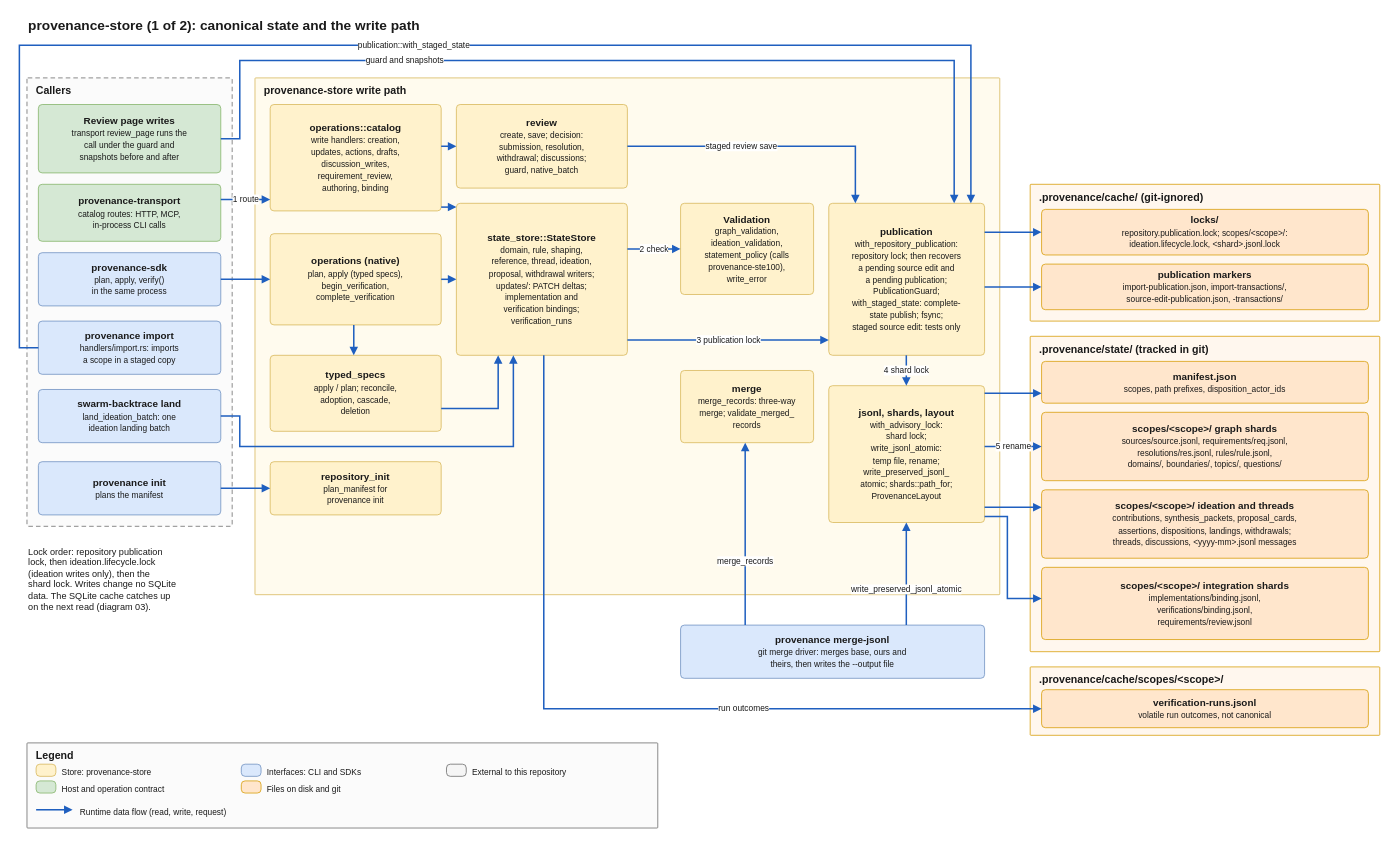
Before: docs/architecture/diagrams/02-store-writes.drawio in quality-sh/provenance, a draw.io diagram. Source tidied: cells renumbered, new cells numbered last; positions are measured from the earlier drawing's top-left corner, leaving out a move shared by most shapes. Both pictures are drawn from the tidied source at 76%, with x=0, y=0 at pixel (19, 13).
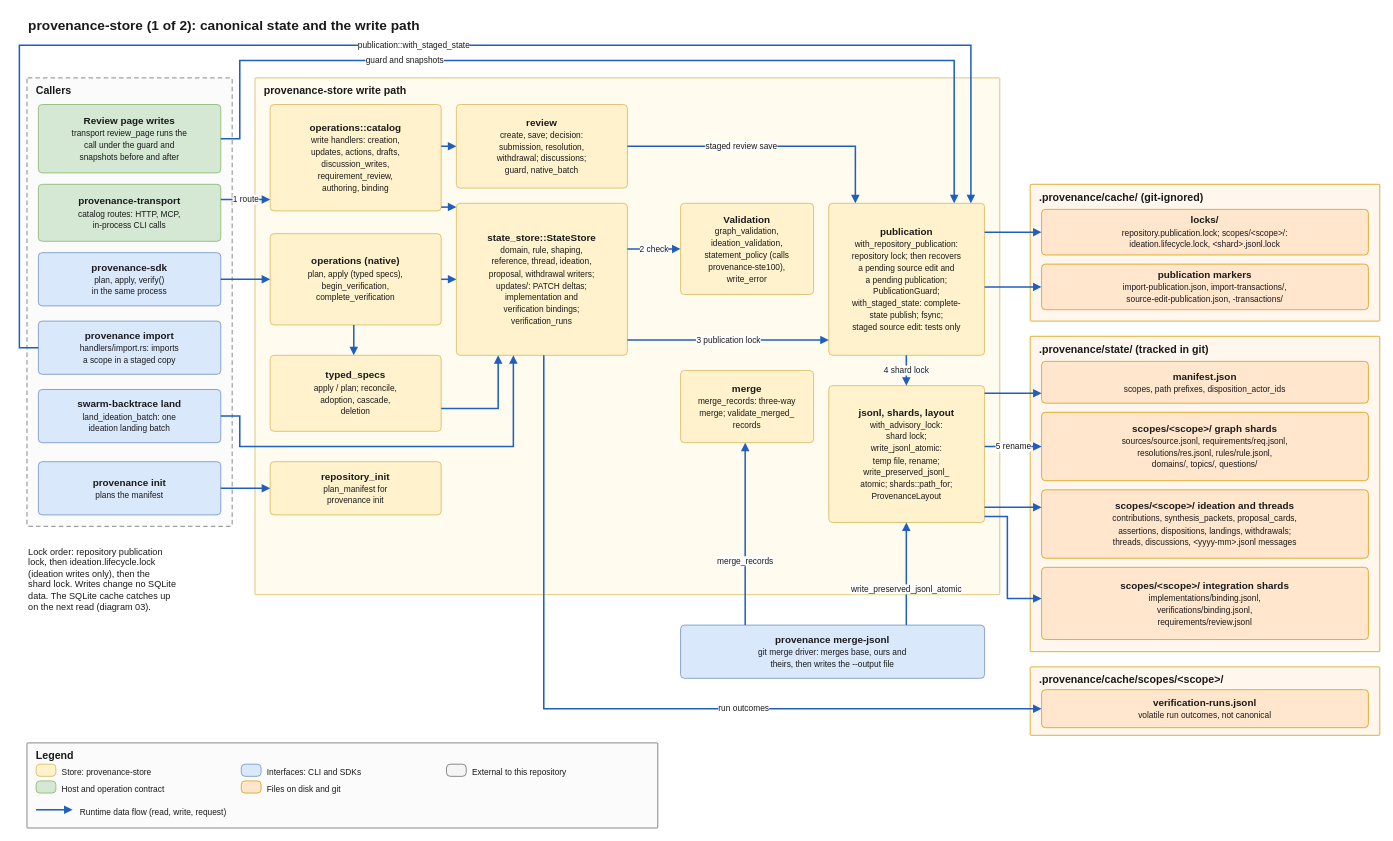
After the change.

Unchanged cells that the change refers to:
```xml
<mxCell id="26" value=".provenance/state/ (tracked in git)" style="rounded=1;arcSize=2;absoluteArcSize=1;whiteSpace=wrap;html=1;fillColor=#fff7ee;strokeColor=#d79b00;verticalAlign=top;align=left;spacingLeft=10;spacingRight=10;spacingTop=2;fontStyle=1;fontSize=14;fontColor=#1a1a1a;" parent="1" vertex="1">
  <mxGeometry x="1330" y="425" width="460" height="415" as="geometry" />
</mxCell>
```

What changed in the source:
```diff
@@
-    <mxCell id="28" value="&lt;b&gt;scopes/&amp;lt;scope&amp;gt;/ graph shards&lt;/b&gt;&lt;br&gt;&lt;font style=&quot;font-size:11px&quot;&gt;sources/source.jsonl, requirements/req.jsonl,&lt;br&gt;resolutions/res.jsonl, rules/rule.jsonl,&lt;br&gt;domains/, boundaries/, topics/, questions/&lt;/font&gt;" style="rounded=1;arcSize=10;absoluteArcSize=1;whiteSpace=wrap;html=1;fillColor=#ffe6cc;strokeColor=#d79b00;fontSize=13;fontColor=#1a1a1a;verticalAlign=middle;align=center;spacing=4;" parent="26" vertex="1">
+    <mxCell id="28" value="&lt;b&gt;scopes/&amp;lt;scope&amp;gt;/ graph shards&lt;/b&gt;&lt;br&gt;&lt;font style=&quot;font-size:11px&quot;&gt;sources/source.jsonl, requirements/req.jsonl,&lt;br&gt;resolutions/res.jsonl, rules/rule.jsonl,&lt;br&gt;domains/, topics/, questions/&lt;/font&gt;" style="rounded=1;arcSize=10;absoluteArcSize=1;whiteSpace=wrap;html=1;fillColor=#ffe6cc;strokeColor=#d79b00;fontSize=13;fontColor=#1a1a1a;verticalAlign=middle;align=center;spacing=4;" parent="26" vertex="1">
       <mxGeometry x="15" y="100" width="430" height="90" as="geometry" />
     </mxCell>
```
